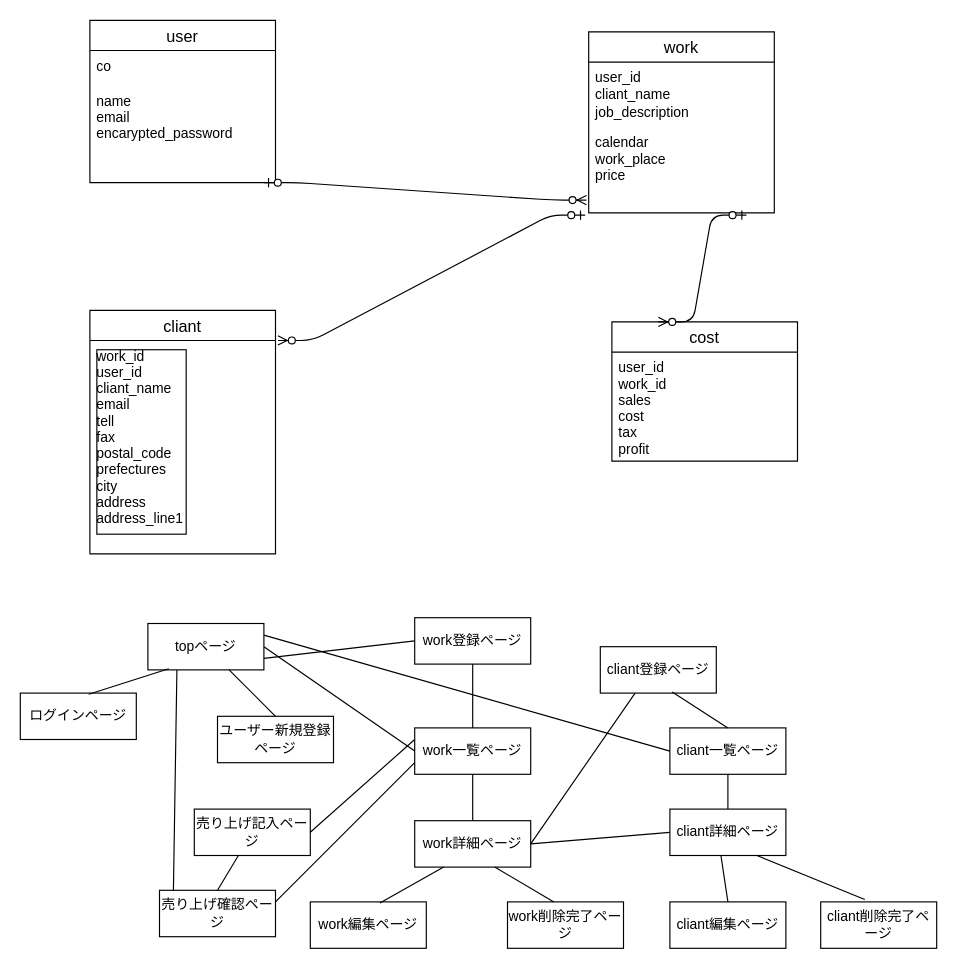
Above: rakuyan.dio in rikumia/rakuyan (draw.io), before the change. Source tidied: cells renumbered, new cells numbered last; positions are measured from the earlier drawing's top-left corner, leaving out a move shared by most shapes. Both pictures are drawn from the tidied source at 116%, with x=0, y=0 at pixel (20, 20).
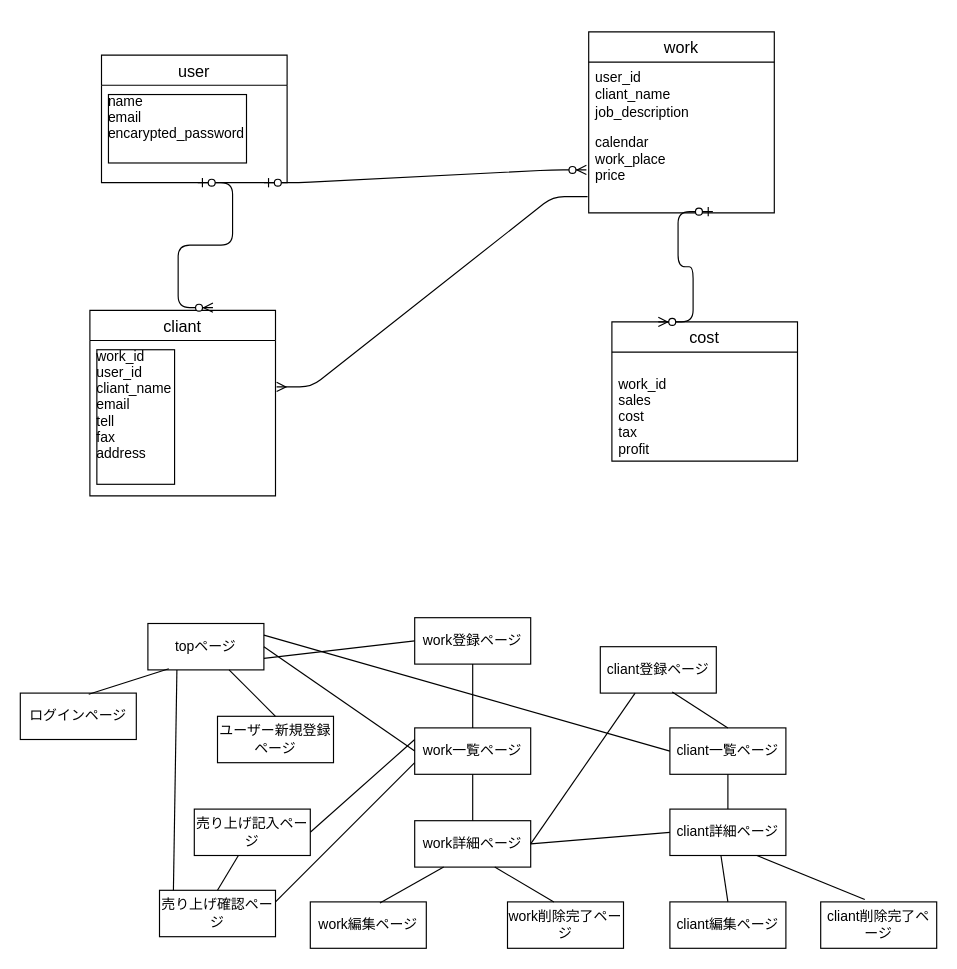
Above is the later version.

Commit message (it also covers changes not shown here):
テーブル設計

Unchanged cells that the change refers to:
```xml
<mxCell id="10" value="calendar&#10;work_place&#10;price" style="text;strokeColor=none;fillColor=none;spacingLeft=4;spacingRight=4;overflow=hidden;points=[[0,0.5],[1,0.5]];portConstraint=eastwest;fontSize=12;" parent="7" vertex="1">
  <mxGeometry y="82" width="160" height="74" as="geometry" />
</mxCell>
<mxCell id="11" value="cost" style="swimlane;fontStyle=0;horizontal=1;startSize=26;align=center;fontSize=14;" parent="1" vertex="1">
  <mxGeometry x="510" y="260" width="160" height="120" as="geometry" />
</mxCell>
```

What changed in the source:
```diff
@@
     <mxCell id="2" value="cliant" style="swimlane;fontStyle=0;horizontal=1;startSize=26;align=center;fontSize=14;" parent="1" vertex="1">
-      <mxGeometry x="60" y="250" width="160" height="210" as="geometry" />
+      <mxGeometry x="60" y="250" width="160" height="160" as="geometry" />
     </mxCell>
-    <mxCell id="3" value="work_id&#10;user_id&#10;cliant_name&#10;email&#10;tell&#10;fax&#10;postal_code&#10;prefectures&#10;city&#10;address&#10;address_line1&#10;" style="text;strokeColor=none;fillColor=none;spacingLeft=4;spacingRight=4;overflow=hidden;points=[[0,0.5],[1,0.5]];portConstraint=eastwest;fontSize=12;labelBorderColor=#000000;" parent="2" vertex="1">
-      <mxGeometry y="26" width="160" height="184" as="geometry" />
+    <mxCell id="3" value="work_id&#10;user_id&#10;cliant_name&#10;email&#10;tell&#10;fax&#10;address&#10;&#10;" style="text;strokeColor=none;fillColor=none;spacingLeft=4;spacingRight=4;overflow=hidden;points=[[0,0.5],[1,0.5]];portConstraint=eastwest;fontSize=12;labelBorderColor=#000000;" parent="2" vertex="1">
+      <mxGeometry y="26" width="160" height="134" as="geometry" />
     </mxCell>
     <mxCell id="4" value="user" style="swimlane;fontStyle=0;horizontal=1;startSize=26;align=center;fontSize=14;" parent="1" vertex="1">
-      <mxGeometry x="60" width="160" height="140" as="geometry" />
+      <mxGeometry x="70" y="30" width="160" height="110" as="geometry" />
     </mxCell>
-    <mxCell id="5" value="co" style="text;strokeColor=none;fillColor=none;spacingLeft=4;spacingRight=4;overflow=hidden;fontSize=12;" parent="4" vertex="1">
-      <mxGeometry y="26" width="160" height="30" as="geometry" />
-    </mxCell>
-    <mxCell id="6" value="name&#10;email&#10;encarypted_password&#10;&#10;" style="text;strokeColor=none;fillColor=none;spacingLeft=4;spacingRight=4;overflow=hidden;fontSize=12;" parent="4" vertex="1">
-      <mxGeometry y="56" width="160" height="84" as="geometry" />
+    <mxCell id="6" value="name&#10;email&#10;encarypted_password&#10;&#10;" style="text;strokeColor=none;fillColor=none;spacingLeft=4;spacingRight=4;overflow=hidden;fontSize=12;labelBorderColor=#000000;" parent="4" vertex="1">
+      <mxGeometry y="26" width="160" height="84" as="geometry" />
     </mxCell>
@@
-    <mxCell id="12" value="user_id&#10;work_id&#10;sales&#10;cost&#10;tax&#10;profit&#10;" style="text;strokeColor=none;fillColor=none;spacingLeft=4;spacingRight=4;overflow=hidden;fontSize=12;" parent="11" vertex="1">
+    <mxCell id="12" value="&#10;work_id&#10;sales&#10;cost&#10;tax&#10;profit&#10;" style="text;strokeColor=none;fillColor=none;spacingLeft=4;spacingRight=4;overflow=hidden;fontSize=12;" parent="11" vertex="1">
       <mxGeometry y="26" width="160" height="94" as="geometry" />
     </mxCell>
-    <mxCell id="13" style="edgeStyle=entityRelationEdgeStyle;fontSize=12;html=1;endArrow=ERzeroToMany;startArrow=ERzeroToOne;entryX=-0.012;entryY=0.851;entryDx=0;entryDy=0;entryPerimeter=0;" parent="1" edge="1" target="10">
+    <mxCell id="13" style="edgeStyle=entityRelationEdgeStyle;fontSize=12;html=1;endArrow=ERzeroToMany;startArrow=ERzeroToOne;" parent="1" edge="1">
       <mxGeometry relative="1" as="geometry">
         <mxPoint x="210" y="140" as="sourcePoint" />
+        <mxPoint x="488" y="129" as="targetPoint" />
       </mxGeometry>
     </mxCell>
-    <mxCell id="14" style="edgeStyle=entityRelationEdgeStyle;fontSize=12;html=1;endArrow=ERzeroToMany;startArrow=ERzeroToOne;exitX=0.85;exitY=1.027;exitDx=0;exitDy=0;exitPerimeter=0;entryX=0.25;entryY=0;entryDx=0;entryDy=0;" parent="1" edge="1" source="10" target="11">
+    <mxCell id="14" style="edgeStyle=entityRelationEdgeStyle;fontSize=12;html=1;endArrow=ERzeroToMany;startArrow=ERzeroToOne;entryX=0.25;entryY=0;entryDx=0;entryDy=0;exitX=0.669;exitY=0.986;exitDx=0;exitDy=0;exitPerimeter=0;" parent="1" edge="1" source="10" target="11">
       <mxGeometry relative="1" as="geometry" />
     </mxCell>
-    <mxCell id="15" style="edgeStyle=entityRelationEdgeStyle;fontSize=12;html=1;endArrow=ERzeroToMany;startArrow=ERzeroToOne;exitX=-0.019;exitY=1.027;exitDx=0;exitDy=0;exitPerimeter=0;entryX=1.013;entryY=0;entryDx=0;entryDy=0;entryPerimeter=0;" parent="1" edge="1" source="10" target="3">
-      <mxGeometry relative="1" as="geometry" />
-    </mxCell>
@@
+    <mxCell id="50" style="edgeStyle=entityRelationEdgeStyle;fontSize=12;html=1;endArrow=ERzeroToMany;startArrow=ERzeroToOne;entryX=0.663;entryY=-0.014;entryDx=0;entryDy=0;entryPerimeter=0;" parent="1" edge="1" target="2">
+      <mxGeometry relative="1" as="geometry">
+        <mxPoint x="153" y="140" as="sourcePoint" />
+      </mxGeometry>
+    </mxCell>
+    <mxCell id="15" style="edgeStyle=entityRelationEdgeStyle;fontSize=12;html=1;endArrow=ERmany;entryX=1.006;entryY=0.299;entryDx=0;entryDy=0;entryPerimeter=0;exitX=-0.006;exitY=0.811;exitDx=0;exitDy=0;exitPerimeter=0;" parent="1" edge="1" source="10" target="3">
+      <mxGeometry relative="1" as="geometry" />
+    </mxCell>
```
